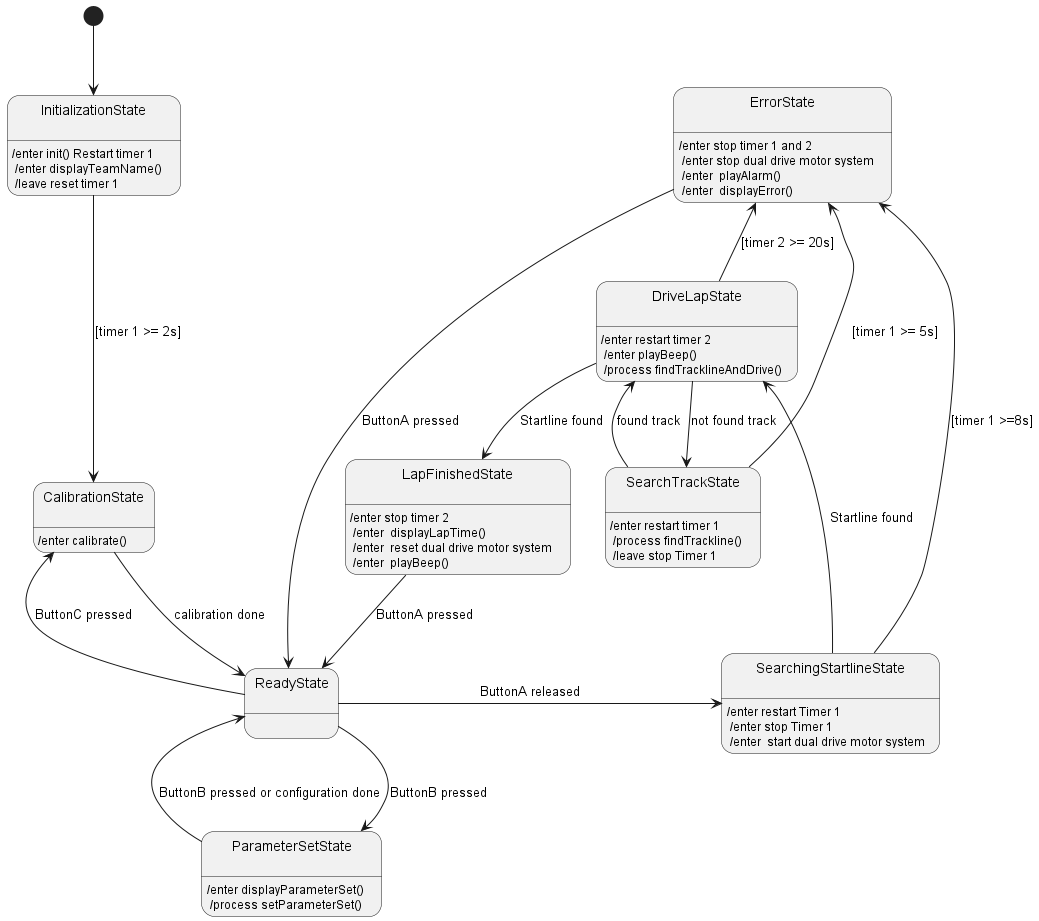
Jordan5652/Line-Follower-Software-for-Pololu-Zumo32U4 keeps this PlantUML diagram as Task 2/State Diagram/State Diagram/Statediagram/Statediagram.png. Above is the earlier version.
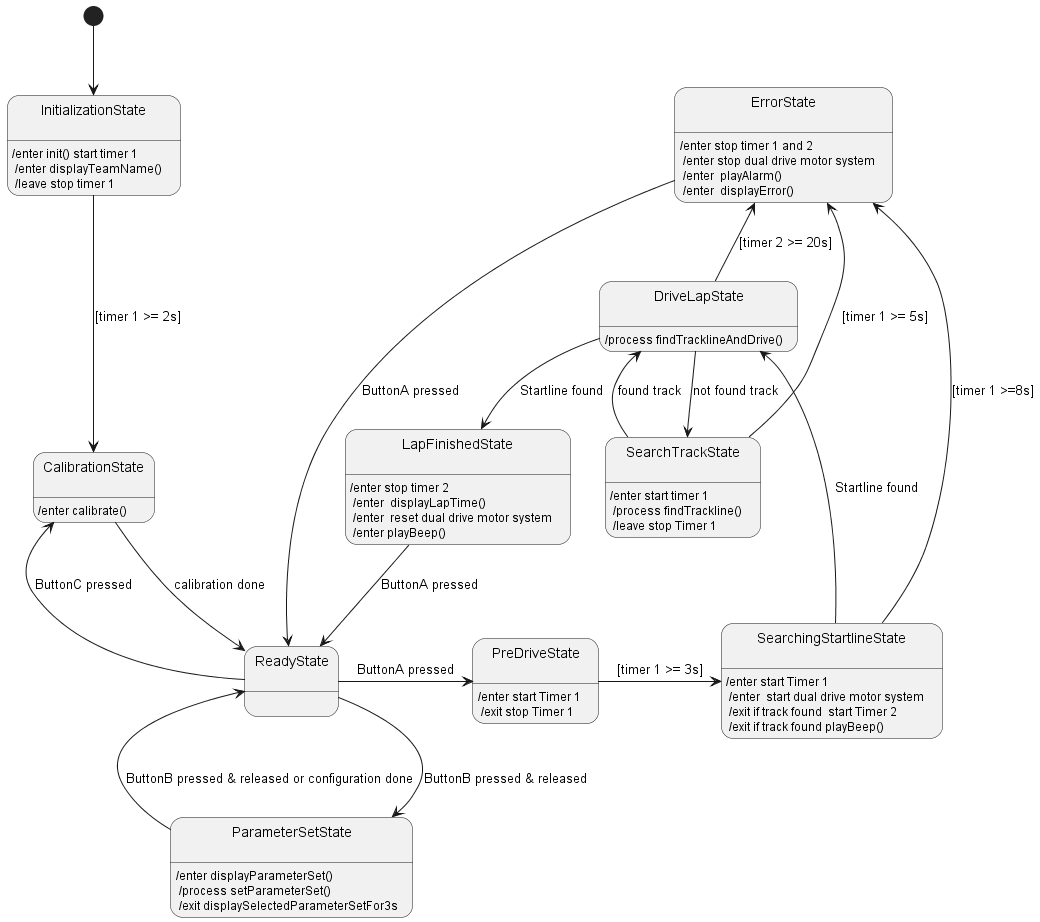
Above is the later version.

Commit message:
Changes to State Diagram

according to review for task 2.2

The edit, as a diff of the source:
```diff
@@ -1,24 +1,25 @@
 @startuml
 [*] --> State1
 
-state State1 as "InitializationState\n": /enter init() Restart timer 1 \n /enter displayTeamName() \n /leave reset timer 1
+state State1 as "InitializationState\n": /enter init() start timer 1 \n /enter displayTeamName() \n /leave stop timer 1
 state State2 as "ReadyState\n":
 state State3 as "CalibrationState\n": /enter calibrate()
-state State4 as "ParameterSetState\n": /enter displayParameterSet() \n /process setParameterSet()
-state State5 as "SearchingStartlineState\n": /enter restart Timer 1 \n /enter stop Timer 1 \n /enter  start dual drive motor system
-state State6 as "DriveLapState\n": /enter restart timer 2 \n /enter playBeep() \n /process findTracklineAndDrive()
-state State7 as "LapFinishedState\n": /enter stop timer 2 \n /enter  displayLapTime() \n /enter  reset dual drive motor system \n /enter  playBeep()
-state State8 as "SearchTrackState\n": /enter restart timer 1 \n /process findTrackline() \n /leave stop Timer 1
+state State4 as "ParameterSetState\n": /enter displayParameterSet() \n /process setParameterSet() \n /exit displaySelectedParameterSetFor3s
+state State5 as "SearchingStartlineState\n": /enter start Timer 1 \n /enter  start dual drive motor system \n /exit if track found  start Timer 2\n /exit if track found playBeep()
+state State6 as "DriveLapState\n": /process findTracklineAndDrive()
+state State7 as "LapFinishedState\n": /enter stop timer 2 \n /enter  displayLapTime() \n /enter  reset dual drive motor system \n /enter playBeep()
+state State8 as "SearchTrackState\n": /enter start timer 1 \n /process findTrackline() \n /leave stop Timer 1
 state State9 as "ErrorState\n": /enter stop timer 1 and 2 \n /enter stop dual drive motor system \n /enter  playAlarm() \n /enter  displayError()
-
+state State10 as "PreDriveState\n": /enter start Timer 1 \n /exit stop Timer 1
 
 
 State1 -down--> State3 : [timer 1 >= 2s]
 State2 -up-> State3 : ButtonC pressed
-State2 -down-> State4 : ButtonB pressed
-State2 -right-> State5 : ButtonA released
+State2 -down-> State4 : ButtonB pressed & released
+State2 -right-> State10 : ButtonA pressed
+State10 -right-> State5 : [timer 1 >= 3s]
 State2 <-down- State3 : calibration done
-State2 <-left- State4 : ButtonB pressed or configuration done
+State2 <-left- State4 : ButtonB pressed & released or configuration done
 
 State5 -right-> State6 : Startline found
 State6 -down-> State8 : not found track
```
